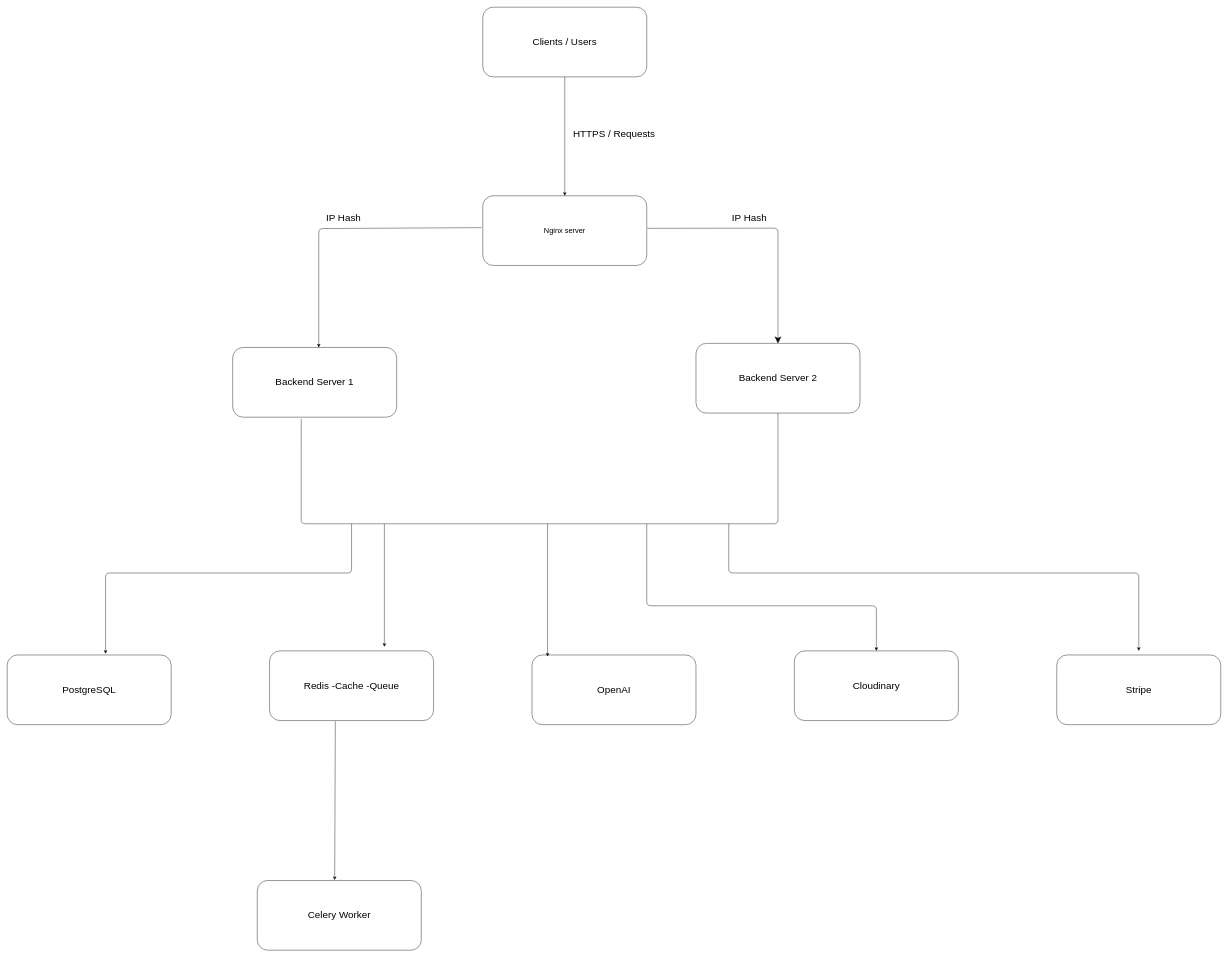
This is System_Architecture_Diagram.drawio from ROBOT-RIAD/FaceCare, a draw.io file, before an edit. Source tidied: cells renumbered, new cells numbered last; positions are measured from the earlier drawing's top-left corner, leaving out a move shared by most shapes. Both pictures are drawn from the tidied source at 41%, with x=0, y=0 at pixel (7, 7).
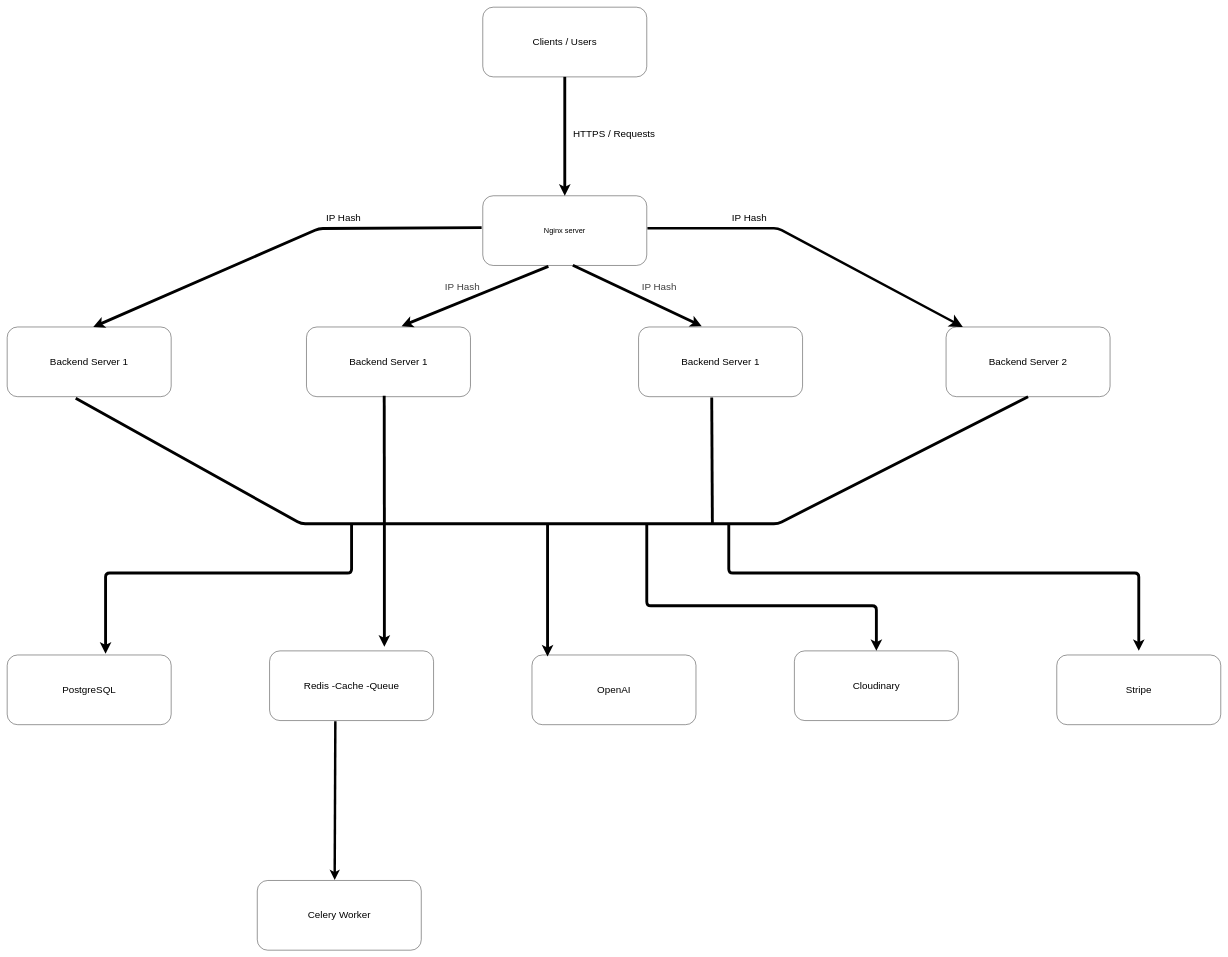
Above is the later version.

The change refers to these unchanged cells:
```xml
<mxCell id="2" value="&lt;font style=&quot;font-size: 24px;&quot;&gt;Clients / Users&lt;/font&gt;" style="rounded=1;whiteSpace=wrap;html=1;" parent="1" vertex="1">
  <mxGeometry x="1160" width="400" height="170" as="geometry" />
</mxCell>
<mxCell id="3" value="&lt;span style=&quot;font-size: 18px;&quot;&gt;Nginx server&lt;/span&gt;" style="rounded=1;whiteSpace=wrap;html=1;" parent="1" vertex="1">
  <mxGeometry x="1160" y="460" width="400" height="170" as="geometry" />
</mxCell>
<mxCell id="11" value="&lt;font style=&quot;font-size: 24px;&quot;&gt;Redis -Cache -Queue&lt;/font&gt;" style="rounded=1;whiteSpace=wrap;html=1;" parent="1" vertex="1">
  <mxGeometry x="640" y="1570" width="400" height="170" as="geometry" />
</mxCell>
<mxCell id="12" value="&lt;font style=&quot;font-size: 24px;&quot;&gt;OpenAI&lt;/font&gt;" style="rounded=1;whiteSpace=wrap;html=1;" parent="1" vertex="1">
  <mxGeometry x="1280" y="1580" width="400" height="170" as="geometry" />
</mxCell>
<mxCell id="13" value="&lt;font style=&quot;font-size: 24px;&quot;&gt;Cloudinary&lt;/font&gt;" style="rounded=1;whiteSpace=wrap;html=1;" parent="1" vertex="1">
  <mxGeometry x="1920" y="1570" width="400" height="170" as="geometry" />
</mxCell>
<mxCell id="18" value="&lt;font style=&quot;font-size: 24px;&quot;&gt;Celery Worker&lt;/font&gt;" style="rounded=1;whiteSpace=wrap;html=1;" parent="1" vertex="1">
  <mxGeometry x="610" y="2130" width="400" height="170" as="geometry" />
</mxCell>
```

Change to the diagram source:
```diff
@@
     <mxCell id="4" value="&lt;font style=&quot;font-size: 24px;&quot;&gt;Backend Server 2&lt;/font&gt;" style="rounded=1;whiteSpace=wrap;html=1;" parent="1" vertex="1">
-      <mxGeometry x="1680" y="820" width="400" height="170" as="geometry" />
+      <mxGeometry x="2290" y="780" width="400" height="170" as="geometry" />
     </mxCell>
     <mxCell id="5" value="&lt;font style=&quot;font-size: 24px;&quot;&gt;Backend Server 1&lt;/font&gt;" style="rounded=1;whiteSpace=wrap;html=1;" parent="1" vertex="1">
-      <mxGeometry x="550" y="830" width="400" height="170" as="geometry" />
+      <mxGeometry y="780" width="400" height="170" as="geometry" />
     </mxCell>
-    <mxCell id="6" style="endArrow=classic;html=1;entryX=0.5;entryY=0;entryDx=0;entryDy=0;exitX=0.5;exitY=1;exitDx=0;exitDy=0;" parent="1" edge="1" source="2" target="3">
+    <mxCell id="6" style="endArrow=classic;html=1;entryX=0.5;entryY=0;entryDx=0;entryDy=0;exitX=0.5;exitY=1;exitDx=0;exitDy=0;strokeWidth=7;" parent="1" edge="1" source="2" target="3">
       <mxGeometry relative="1" as="geometry" />
     </mxCell>
@@
-    <mxCell id="8" style="endArrow=classic;html=1;exitX=-0.007;exitY=0.457;exitDx=0;exitDy=0;exitPerimeter=0;entryX=0.525;entryY=0;entryDx=0;entryDy=0;entryPerimeter=0;" parent="1" edge="1" source="3" target="5">
+    <mxCell id="8" style="endArrow=classic;html=1;exitX=-0.007;exitY=0.457;exitDx=0;exitDy=0;exitPerimeter=0;entryX=0.525;entryY=0;entryDx=0;entryDy=0;entryPerimeter=0;strokeWidth=7;" parent="1" edge="1" source="3" target="5">
       <mxGeometry relative="1" as="geometry">
         <Array as="points">
           <mxPoint x="760" y="540" />
         </Array>
       </mxGeometry>
     </mxCell>
-    <mxCell id="9" style="endArrow=classic;html=1;exitX=1.004;exitY=0.467;exitDx=0;exitDy=0;exitPerimeter=0;endSize=14;targetPerimeterSpacing=0;" parent="1" edge="1" source="3" target="4">
+    <mxCell id="9" style="endArrow=classic;html=1;exitX=1.004;exitY=0.467;exitDx=0;exitDy=0;exitPerimeter=0;endSize=14;targetPerimeterSpacing=0;strokeWidth=6;" parent="1" edge="1" source="3" target="4">
       <mxGeometry relative="1" as="geometry">
         <Array as="points">
           <mxPoint x="1880" y="539" />
         </Array>
       </mxGeometry>
     </mxCell>
@@
-    <mxCell id="15" style="endArrow=none;html=1;entryX=0.5;entryY=1;entryDx=0;entryDy=0;exitX=0.418;exitY=1.023;exitDx=0;exitDy=0;exitPerimeter=0;" parent="1" edge="1" source="5" target="4">
+    <mxCell id="15" style="endArrow=none;html=1;entryX=0.5;entryY=1;entryDx=0;entryDy=0;exitX=0.418;exitY=1.023;exitDx=0;exitDy=0;exitPerimeter=0;strokeWidth=7;" parent="1" edge="1" source="5" target="4">
       <mxGeometry relative="1" as="geometry">
         <Array as="points">
           <mxPoint x="717" y="1260" />
           <mxPoint x="1880" y="1260" />
         </Array>
       </mxGeometry>
     </mxCell>
@@
-    <mxCell id="19" style="endArrow=classic;html=1;entryX=0.472;entryY=-0.007;entryDx=0;entryDy=0;entryPerimeter=0;exitX=0.401;exitY=1.009;exitDx=0;exitDy=0;exitPerimeter=0;" parent="1" edge="1" source="11" target="18">
+    <mxCell id="19" style="endArrow=classic;html=1;entryX=0.472;entryY=-0.007;entryDx=0;entryDy=0;entryPerimeter=0;exitX=0.401;exitY=1.009;exitDx=0;exitDy=0;exitPerimeter=0;strokeWidth=6;" parent="1" edge="1" source="11" target="18">
       <mxGeometry relative="1" as="geometry" />
     </mxCell>
-    <mxCell id="20" style="endArrow=classic;html=1;" parent="1" edge="1">
+    <mxCell id="20" style="endArrow=classic;html=1;strokeWidth=7;" parent="1" edge="1">
       <mxGeometry relative="1" as="geometry">
         <mxPoint x="840" y="1260" as="sourcePoint" />
         <mxPoint x="240" y="1577" as="targetPoint" />
         <Array as="points">
           <mxPoint x="840" y="1380" />
           <mxPoint x="240" y="1380" />
         </Array>
       </mxGeometry>
     </mxCell>
-    <mxCell id="21" style="endArrow=classic;html=1;" parent="1" edge="1">
+    <mxCell id="21" style="endArrow=classic;html=1;strokeWidth=7;" parent="1" edge="1">
       <mxGeometry relative="1" as="geometry">
         <mxPoint x="1760" y="1260" as="sourcePoint" />
         <mxPoint x="2760" y="1570" as="targetPoint" />
         <Array as="points">
           <mxPoint x="1760" y="1380" />
           <mxPoint x="2760" y="1380" />
         </Array>
       </mxGeometry>
     </mxCell>
-    <mxCell id="22" style="endArrow=classic;html=1;" parent="1" edge="1">
+    <mxCell id="22" style="endArrow=classic;html=1;strokeWidth=7;" parent="1" edge="1">
       <mxGeometry relative="1" as="geometry">
         <mxPoint x="920" y="1260" as="sourcePoint" />
         <mxPoint x="920" y="1560" as="targetPoint" />
       </mxGeometry>
     </mxCell>
-    <mxCell id="23" style="endArrow=classic;html=1;entryX=0.095;entryY=0.022;entryDx=0;entryDy=0;entryPerimeter=0;" parent="1" edge="1" target="12">
+    <mxCell id="23" style="endArrow=classic;html=1;entryX=0.095;entryY=0.022;entryDx=0;entryDy=0;entryPerimeter=0;strokeWidth=7;" parent="1" edge="1" target="12">
       <mxGeometry relative="1" as="geometry">
         <mxPoint x="1318" y="1260" as="sourcePoint" />
       </mxGeometry>
     </mxCell>
-    <mxCell id="24" style="endArrow=classic;html=1;entryX=0.5;entryY=0;entryDx=0;entryDy=0;" parent="1" edge="1" target="13">
+    <mxCell id="24" style="endArrow=classic;html=1;entryX=0.5;entryY=0;entryDx=0;entryDy=0;strokeWidth=7;" parent="1" edge="1" target="13">
       <mxGeometry relative="1" as="geometry">
         <mxPoint x="1560" y="1260" as="sourcePoint" />
         <Array as="points">
           <mxPoint x="1560" y="1460" />
           <mxPoint x="2120" y="1460" />
         </Array>
       </mxGeometry>
     </mxCell>
+    <mxCell id="25" value="&lt;font style=&quot;font-size: 24px;&quot;&gt;Backend Server 1&lt;/font&gt;" style="rounded=1;whiteSpace=wrap;html=1;" parent="1" vertex="1">
+      <mxGeometry x="730" y="780" width="400" height="170" as="geometry" />
+    </mxCell>
+    <mxCell id="26" value="&lt;font style=&quot;font-size: 24px;&quot;&gt;Backend Server 1&lt;/font&gt;" style="rounded=1;whiteSpace=wrap;html=1;" parent="1" vertex="1">
+      <mxGeometry x="1540" y="780" width="400" height="170" as="geometry" />
+    </mxCell>
+    <mxCell id="27" style="endArrow=classic;html=1;exitX=0.4;exitY=1.012;exitDx=0;exitDy=0;exitPerimeter=0;entryX=0.58;entryY=-0.012;entryDx=0;entryDy=0;entryPerimeter=0;strokeWidth=7;" parent="1" edge="1" source="3" target="25">
+      <mxGeometry relative="1" as="geometry" />
+    </mxCell>
+    <mxCell id="28" style="endArrow=classic;html=1;entryX=0.385;entryY=-0.012;entryDx=0;entryDy=0;entryPerimeter=0;exitX=0.549;exitY=0.997;exitDx=0;exitDy=0;exitPerimeter=0;strokeWidth=7;" parent="1" edge="1" source="3" target="26">
+      <mxGeometry relative="1" as="geometry" />
+    </mxCell>
+    <mxCell id="29" value="&lt;span style=&quot;color: rgb(63, 63, 63); font-size: 24px;&quot;&gt;IP Hash&lt;/span&gt;" style="text;html=1;align=center;verticalAlign=middle;strokeColor=none;fillColor=none;" parent="1" vertex="1">
+      <mxGeometry x="1535" y="663" width="110" height="40" as="geometry" />
+    </mxCell>
+    <mxCell id="30" value="&lt;span style=&quot;color: rgb(63, 63, 63); font-size: 24px;&quot;&gt;IP Hash&lt;/span&gt;" style="text;html=1;align=center;verticalAlign=middle;strokeColor=none;fillColor=none;" parent="1" vertex="1">
+      <mxGeometry x="1055" y="663" width="110" height="40" as="geometry" />
+    </mxCell>
+    <mxCell id="31" style="endArrow=none;html=1;exitX=0.446;exitY=1.012;exitDx=0;exitDy=0;exitPerimeter=0;strokeWidth=7;" parent="1" edge="1" source="26">
+      <mxGeometry relative="1" as="geometry">
+        <mxPoint x="1720" y="1260" as="targetPoint" />
+      </mxGeometry>
+    </mxCell>
+    <mxCell id="32" style="endArrow=none;html=1;exitX=0.474;exitY=0.987;exitDx=0;exitDy=0;exitPerimeter=0;strokeWidth=7;" parent="1" edge="1" source="25">
+      <mxGeometry relative="1" as="geometry">
+        <mxPoint x="920" y="1260" as="targetPoint" />
+      </mxGeometry>
+    </mxCell>
```
